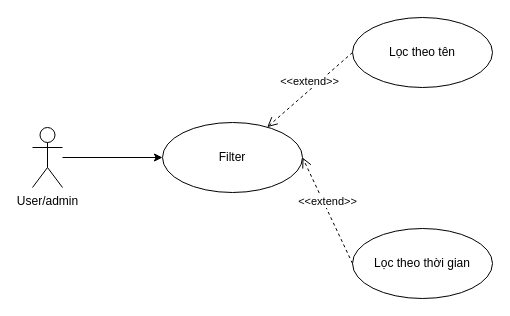
Earlier version of the draw.io diagram page "Filter" (27 of 34) of Biểu đồ không có tiêu đề.drawio (anhduy7723/api_auth). Source tidied: cells renumbered, new cells numbered last; positions are measured from the earlier drawing's top-left corner, leaving out a move shared by most shapes. Both pictures are drawn from the tidied source at 100%, with x=0, y=0 at pixel (32, 17).
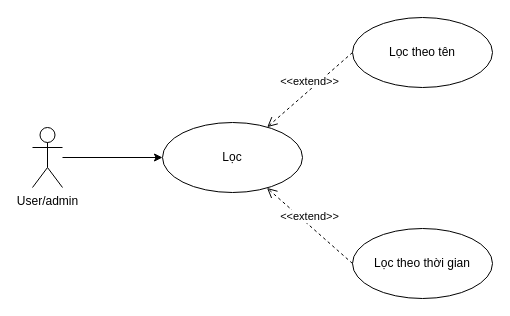
After the change.

What changed in the source:
```diff
@@
 <mxGraphModel>
   <root>
     <mxCell id="0" />
     <mxCell id="1" parent="0" />
     <mxCell id="2" style="edgeStyle=orthogonalEdgeStyle;rounded=0;jettySize=auto;html=1;" parent="1" edge="1" source="3" target="4">
       <mxGeometry relative="1" as="geometry" />
     </mxCell>
     <mxCell id="3" value="User/admin" style="shape=umlActor;verticalLabelPosition=bottom;verticalAlign=top;html=1;outlineConnect=0;" parent="1" vertex="1">
       <mxGeometry y="110" width="30" height="60" as="geometry" />
     </mxCell>
-    <mxCell id="4" value="Filter" style="ellipse;whiteSpace=wrap;html=1;" parent="1" vertex="1">
+    <mxCell id="4" value="Lọc" style="ellipse;whiteSpace=wrap;html=1;" parent="1" vertex="1">
       <mxGeometry x="130" y="105" width="140" height="70" as="geometry" />
     </mxCell>
     <mxCell id="5" value="Lọc theo tên" style="ellipse;whiteSpace=wrap;html=1;" parent="1" vertex="1">
       <mxGeometry x="320" width="140" height="70" as="geometry" />
     </mxCell>
     <mxCell id="6" value="Lọc theo thời gian" style="ellipse;whiteSpace=wrap;html=1;" parent="1" vertex="1">
       <mxGeometry x="320" y="211" width="140" height="70" as="geometry" />
     </mxCell>
-    <mxCell id="7" value="&amp;lt;&amp;lt;extend&amp;gt;&amp;gt;" style="html=1;verticalAlign=bottom;endArrow=open;dashed=1;endSize=8;curved=0;rounded=0;exitX=0;exitY=0.5;exitDx=0;exitDy=0;entryX=1;entryY=0.5;entryDx=0;entryDy=0;" parent="1" edge="1" source="6" target="4">
+    <mxCell id="7" value="&amp;lt;&amp;lt;extend&amp;gt;&amp;gt;" style="html=1;verticalAlign=bottom;endArrow=open;dashed=1;endSize=8;curved=0;rounded=0;exitX=0;exitY=0.5;exitDx=0;exitDy=0;" parent="1" edge="1" source="6" target="4">
       <mxGeometry relative="1" as="geometry" />
     </mxCell>
     <mxCell id="8" value="&amp;lt;&amp;lt;extend&amp;gt;&amp;gt;" style="html=1;verticalAlign=bottom;endArrow=open;dashed=1;endSize=8;curved=0;rounded=0;exitX=0;exitY=0.5;exitDx=0;exitDy=0;" parent="1" edge="1" source="5" target="4">
       <mxGeometry relative="1" as="geometry" />
     </mxCell>
   </root>
 </mxGraphModel>
```
